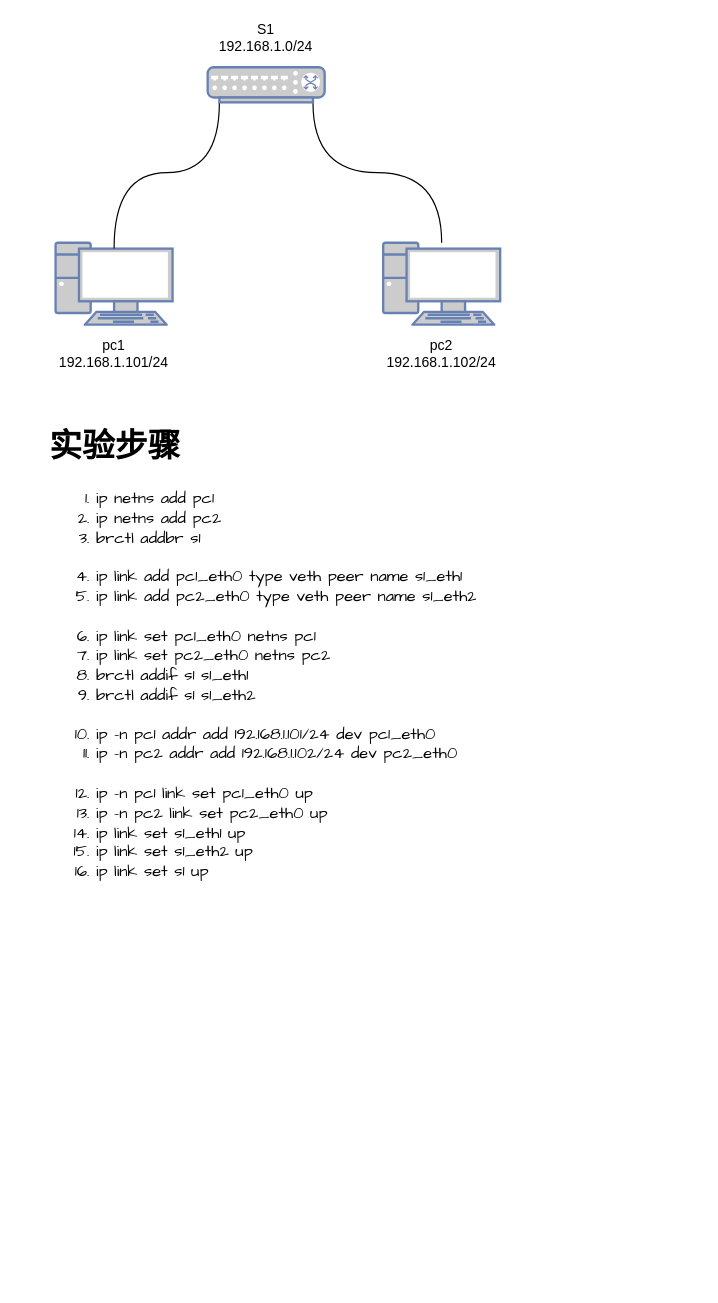
Earlier version of the draw.io diagram page "switch" (11 of 15) of network_trainning.drawio (garryfan2013/network_trainning). Source tidied: cells renumbered, new cells numbered last; positions are measured from the earlier drawing's top-left corner, leaving out a move shared by most shapes. Both pictures are drawn from the tidied source at 117%, with x=0, y=0 at pixel (43, 20).
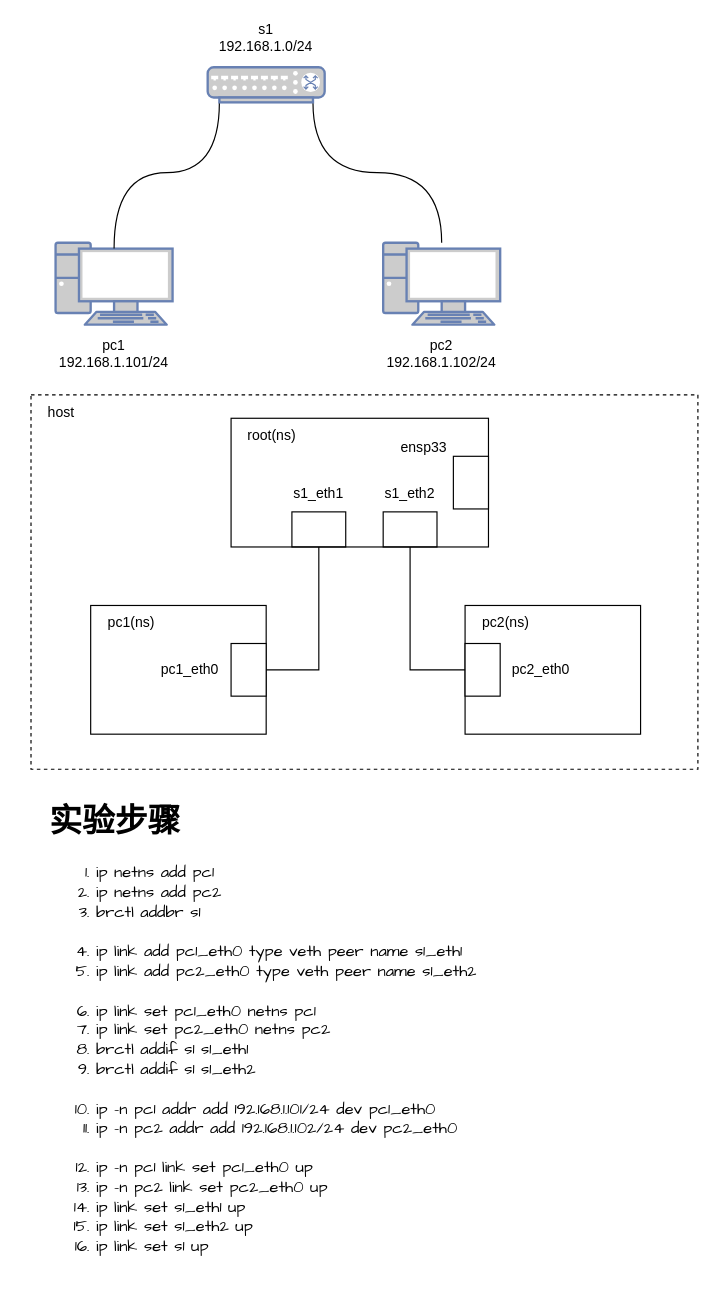
After the change.

Change to the diagram source:
```diff
@@
-    <mxCell id="7" value="S1&lt;br&gt;192.168.1.0/24" style="text;html=1;strokeColor=none;fillColor=none;align=center;verticalAlign=middle;whiteSpace=wrap;rounded=0;dashed=1;" parent="1" vertex="1">
+    <mxCell id="7" value="s1&lt;br&gt;192.168.1.0/24" style="text;html=1;strokeColor=none;fillColor=none;align=center;verticalAlign=middle;whiteSpace=wrap;rounded=0;dashed=1;" parent="1" vertex="1">
       <mxGeometry x="130" width="120" height="30" as="geometry" />
     </mxCell>
@@
     <mxCell id="10" value="&lt;h1&gt;实验步骤&lt;/h1&gt;&lt;p&gt;&lt;/p&gt;&lt;ol&gt;&lt;li&gt;ip netns add pc1&lt;/li&gt;&lt;li&gt;ip netns add pc2&lt;/li&gt;&lt;li&gt;brctl addbr s1&lt;br&gt;&lt;br&gt;&lt;/li&gt;&lt;li&gt;ip link add pc1_eth0 type veth peer name s1_eth1&lt;/li&gt;&lt;li&gt;ip link add pc2_eth0 type veth peer name s1_eth2&lt;br&gt;&lt;br&gt;&lt;/li&gt;&lt;li&gt;ip link set pc1_eth0 netns pc1&lt;/li&gt;&lt;li&gt;ip link set pc2_eth0 netns pc2&lt;/li&gt;&lt;li&gt;brctl addif s1 s1_eth1&lt;/li&gt;&lt;li&gt;brctl addif s1 s1_eth2&lt;br&gt;&lt;br&gt;&lt;/li&gt;&lt;li&gt;ip -n pc1 addr add 192.168.1.101/24 dev pc1_eth0&lt;/li&gt;&lt;li&gt;ip -n pc2 addr add 192.168.1.102/24 dev pc2_eth0&lt;br&gt;&lt;br&gt;&lt;/li&gt;&lt;li&gt;ip -n pc1 link set pc1_eth0 up&lt;/li&gt;&lt;li&gt;ip -n pc2 link set pc2_eth0 up&lt;/li&gt;&lt;li&gt;ip link set s1_eth1 up&lt;/li&gt;&lt;li&gt;ip link set s1_eth2 up&lt;/li&gt;&lt;li&gt;ip link set s1 up&lt;/li&gt;&lt;/ol&gt;&lt;p&gt;&lt;/p&gt;" style="text;html=1;strokeColor=none;fillColor=none;spacing=5;spacingTop=-20;whiteSpace=wrap;overflow=hidden;rounded=0;fontFamily=Comic Sans MS;fontSize=14;" parent="1" vertex="1">
-      <mxGeometry y="340" width="470" height="420" as="geometry" />
+      <mxGeometry y="660" width="470" height="420" as="geometry" />
     </mxCell>
+    <mxCell id="11" style="group;" parent="1" vertex="1">
+      <mxGeometry x="-20" y="320" width="579" height="320" as="geometry" />
+    </mxCell>
+    <mxCell id="12" style="rounded=0;whiteSpace=wrap;html=1;fontFamily=Comic Sans MS;fontSize=14;fillColor=none;dashed=1;" parent="11" vertex="1">
+      <mxGeometry x="9" width="570" height="320" as="geometry" />
+    </mxCell>
+    <mxCell id="13" style="rounded=0;whiteSpace=wrap;html=1;fontFamily=Comic Sans MS;fontSize=14;" parent="11" vertex="1">
+      <mxGeometry x="60" y="180" width="150" height="110" as="geometry" />
+    </mxCell>
+    <mxCell id="14" style="rounded=0;whiteSpace=wrap;html=1;fontFamily=Comic Sans MS;fontSize=14;" parent="11" vertex="1">
+      <mxGeometry x="180" y="212.5" width="30" height="45" as="geometry" />
+    </mxCell>
+    <mxCell id="15" value="pc1_eth0" style="text;html=1;strokeColor=none;fillColor=none;align=center;verticalAlign=middle;whiteSpace=wrap;rounded=0;dashed=1;" parent="11" vertex="1">
+      <mxGeometry x="110" y="220" width="70" height="30" as="geometry" />
+    </mxCell>
+    <mxCell id="16" value="pc1(ns)" style="text;html=1;strokeColor=none;fillColor=none;align=center;verticalAlign=middle;whiteSpace=wrap;rounded=0;dashed=1;" parent="11" vertex="1">
+      <mxGeometry x="60" y="180" width="70" height="30" as="geometry" />
+    </mxCell>
+    <mxCell id="17" style="rounded=0;whiteSpace=wrap;html=1;fontFamily=Comic Sans MS;fontSize=14;" parent="11" vertex="1">
+      <mxGeometry x="380" y="180" width="150" height="110" as="geometry" />
+    </mxCell>
+    <mxCell id="18" style="rounded=0;whiteSpace=wrap;html=1;fontFamily=Comic Sans MS;fontSize=14;" parent="11" vertex="1">
+      <mxGeometry x="380" y="212.5" width="30" height="45" as="geometry" />
+    </mxCell>
+    <mxCell id="19" value="pc2_eth0" style="text;html=1;strokeColor=none;fillColor=none;align=center;verticalAlign=middle;whiteSpace=wrap;rounded=0;dashed=1;" parent="11" vertex="1">
+      <mxGeometry x="410" y="220" width="70" height="30" as="geometry" />
+    </mxCell>
+    <mxCell id="20" value="pc2(ns)" style="text;html=1;strokeColor=none;fillColor=none;align=center;verticalAlign=middle;whiteSpace=wrap;rounded=0;dashed=1;" parent="11" vertex="1">
+      <mxGeometry x="380" y="180" width="70" height="30" as="geometry" />
+    </mxCell>
+    <mxCell id="21" style="endArrow=none;html=1;rounded=0;fontFamily=Comic Sans MS;fontSize=14;exitX=1;exitY=0.5;exitDx=0;exitDy=0;entryX=0.5;entryY=1;entryDx=0;entryDy=0;edgeStyle=orthogonalEdgeStyle;" parent="11" edge="1" source="14" target="25">
+      <mxGeometry x="10" y="140" as="geometry" />
+    </mxCell>
+    <mxCell id="22" value="host" style="text;html=1;strokeColor=none;fillColor=none;align=center;verticalAlign=middle;whiteSpace=wrap;rounded=0;dashed=1;" parent="11" vertex="1">
+      <mxGeometry width="70" height="30" as="geometry" />
+    </mxCell>
+    <mxCell id="23" style="rounded=0;whiteSpace=wrap;html=1;fontFamily=Comic Sans MS;fontSize=14;" parent="11" vertex="1">
+      <mxGeometry x="180" y="20" width="220" height="110" as="geometry" />
+    </mxCell>
+    <mxCell id="24" value="root(ns)" style="text;html=1;strokeColor=none;fillColor=none;align=center;verticalAlign=middle;whiteSpace=wrap;rounded=0;dashed=1;" parent="11" vertex="1">
+      <mxGeometry x="180" y="20" width="70" height="30" as="geometry" />
+    </mxCell>
+    <mxCell id="25" style="rounded=0;whiteSpace=wrap;html=1;fontFamily=Comic Sans MS;fontSize=14;fillColor=none;" parent="11" vertex="1">
+      <mxGeometry x="232" y="100" width="46" height="30" as="geometry" />
+    </mxCell>
+    <mxCell id="26" style="rounded=0;whiteSpace=wrap;html=1;fontFamily=Comic Sans MS;fontSize=14;fillColor=none;" parent="11" vertex="1">
+      <mxGeometry x="310" y="100" width="46" height="30" as="geometry" />
+    </mxCell>
+    <mxCell id="27" style="endArrow=none;html=1;rounded=0;fontFamily=Comic Sans MS;fontSize=14;exitX=0;exitY=0.5;exitDx=0;exitDy=0;entryX=0.5;entryY=1;entryDx=0;entryDy=0;edgeStyle=orthogonalEdgeStyle;" parent="11" edge="1" source="18" target="26">
+      <mxGeometry x="20" y="150" as="geometry" />
+    </mxCell>
+    <mxCell id="28" value="s1_eth1" style="text;html=1;strokeColor=none;fillColor=none;align=center;verticalAlign=middle;whiteSpace=wrap;rounded=0;dashed=1;" parent="11" vertex="1">
+      <mxGeometry x="220" y="70" width="70" height="30" as="geometry" />
+    </mxCell>
+    <mxCell id="29" value="s1_eth2" style="text;html=1;strokeColor=none;fillColor=none;align=center;verticalAlign=middle;whiteSpace=wrap;rounded=0;dashed=1;" parent="11" vertex="1">
+      <mxGeometry x="298" y="70" width="70" height="30" as="geometry" />
+    </mxCell>
+    <mxCell id="30" style="rounded=0;whiteSpace=wrap;html=1;fontFamily=Comic Sans MS;fontSize=14;" parent="11" vertex="1">
+      <mxGeometry x="370" y="52.5" width="30" height="45" as="geometry" />
+    </mxCell>
+    <mxCell id="31" value="ensp33" style="text;html=1;strokeColor=none;fillColor=none;align=center;verticalAlign=middle;whiteSpace=wrap;rounded=0;dashed=1;" parent="11" vertex="1">
+      <mxGeometry x="310" y="30" width="70" height="30" as="geometry" />
+    </mxCell>
```
